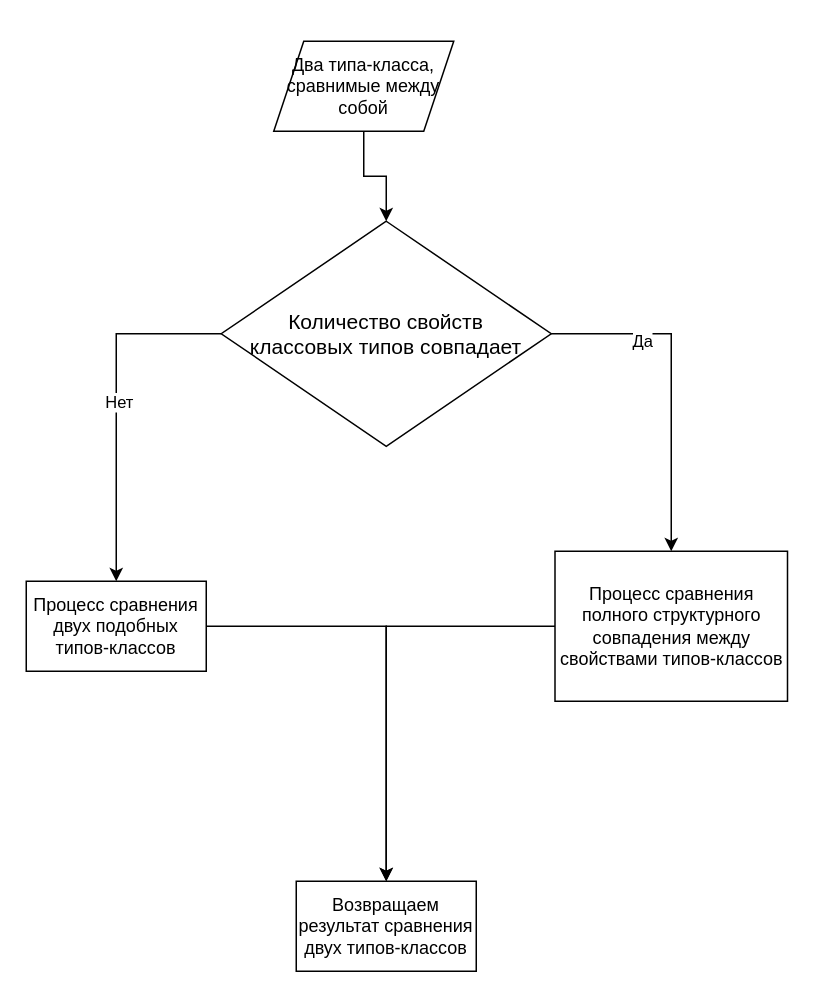
Earlier version of the draw.io diagram doc/Сравнение 2 типов-классов.drawio (mrsadman99/quicktypeJsonToJsonSchema). Source tidied: cells renumbered, new cells numbered last; positions are measured from the earlier drawing's top-left corner, leaving out a move shared by most shapes. Both pictures are drawn from the tidied source at 150%, with x=0, y=0 at pixel (26, 40).
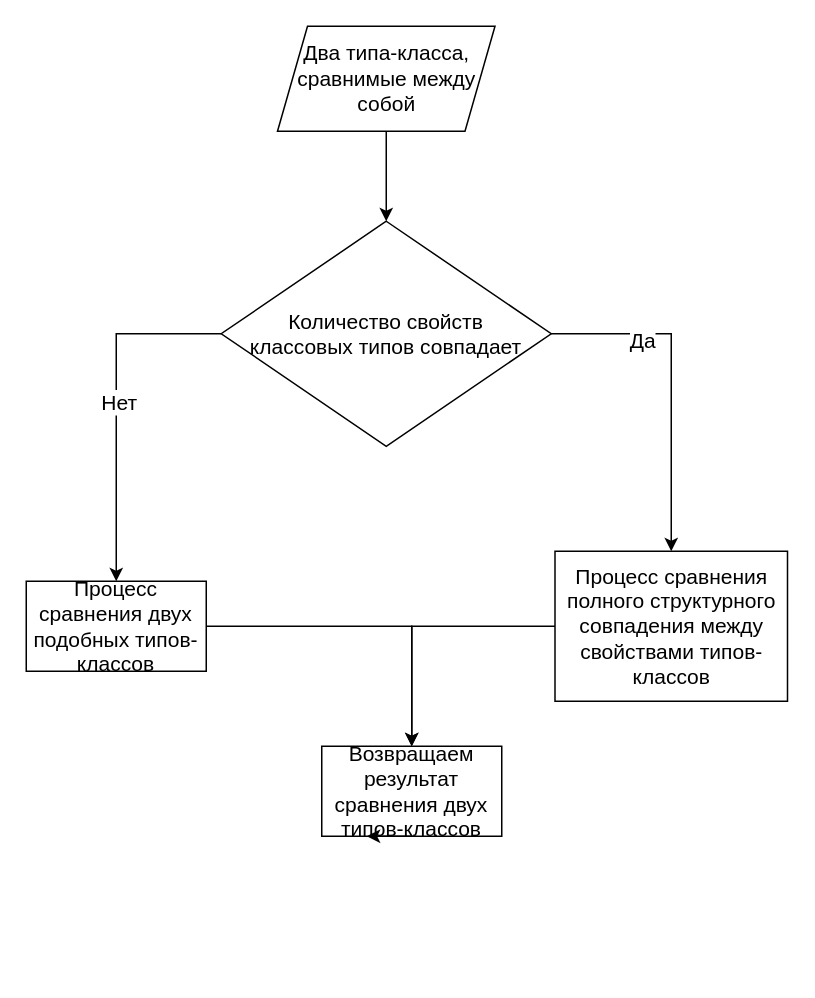
Above is the later version.

The edit, as a diff of the source:
```diff
@@
 <mxGraphModel>
   <root>
     <mxCell id="0" />
     <mxCell id="1" parent="0" />
-    <mxCell id="2" style="edgeStyle=orthogonalEdgeStyle;rounded=0;jettySize=auto;html=1;" parent="1" edge="1" source="3" target="8">
+    <mxCell id="2" style="edgeStyle=orthogonalEdgeStyle;rounded=0;jettySize=auto;html=1;fontSize=14;" parent="1" edge="1" source="3" target="8">
       <mxGeometry relative="1" as="geometry" />
     </mxCell>
-    <mxCell id="3" value="Два типа-класса, сравнимые между собой" style="shape=parallelogram;perimeter=parallelogramPerimeter;whiteSpace=wrap;html=1;fixedSize=1;" parent="1" vertex="1">
-      <mxGeometry x="165" width="120" height="60" as="geometry" />
+    <mxCell id="3" value="Два типа-класса, сравнимые между собой" style="shape=parallelogram;perimeter=parallelogramPerimeter;whiteSpace=wrap;html=1;fixedSize=1;fontSize=14;" parent="1" vertex="1">
+      <mxGeometry x="167.5" y="-10" width="145" height="70" as="geometry" />
     </mxCell>
-    <mxCell id="4" style="edgeStyle=orthogonalEdgeStyle;rounded=0;jettySize=auto;html=1;entryX=0.5;entryY=0;entryDx=0;entryDy=0;" parent="1" edge="1" source="8" target="10">
+    <mxCell id="4" style="edgeStyle=orthogonalEdgeStyle;rounded=0;jettySize=auto;html=1;entryX=0.5;entryY=0;entryDx=0;entryDy=0;fontSize=14;" parent="1" edge="1" source="8" target="10">
       <mxGeometry relative="1" as="geometry" />
     </mxCell>
-    <mxCell id="5" value="Да" style="edgeLabel;html=1;align=center;verticalAlign=middle;" parent="4" vertex="1">
+    <mxCell id="5" value="Да" style="edgeLabel;html=1;align=center;verticalAlign=middle;fontSize=14;" parent="4" vertex="1">
       <mxGeometry x="-0.47" y="-4" relative="1" as="geometry" />
     </mxCell>
-    <mxCell id="6" style="edgeStyle=orthogonalEdgeStyle;rounded=0;jettySize=auto;html=1;entryX=0.5;entryY=0;entryDx=0;entryDy=0;" parent="1" edge="1" source="8" target="12">
+    <mxCell id="6" style="edgeStyle=orthogonalEdgeStyle;rounded=0;jettySize=auto;html=1;entryX=0.5;entryY=0;entryDx=0;entryDy=0;fontSize=14;" parent="1" edge="1" source="8" target="12">
       <mxGeometry relative="1" as="geometry" />
     </mxCell>
-    <mxCell id="7" value="Нет" style="edgeLabel;html=1;align=center;verticalAlign=middle;" parent="6" vertex="1">
+    <mxCell id="7" value="Нет" style="edgeLabel;html=1;align=center;verticalAlign=middle;fontSize=14;" parent="6" vertex="1">
       <mxGeometry x="-0.01" y="1" relative="1" as="geometry">
         <mxPoint y="-1" as="offset" />
       </mxGeometry>
     </mxCell>
-    <mxCell id="8" value="&lt;span style=&quot;font-size: 14px;&quot;&gt;Количество свойств классовых типов совпадает&lt;/span&gt;" style="rhombus;whiteSpace=wrap;html=1;spacingLeft=15;spacingRight=15;" parent="1" vertex="1">
+    <mxCell id="8" value="&lt;span style=&quot;font-size: 14px;&quot;&gt;Количество свойств классовых типов совпадает&lt;/span&gt;" style="rhombus;whiteSpace=wrap;html=1;spacingLeft=15;spacingRight=15;fontSize=14;" parent="1" vertex="1">
       <mxGeometry x="130" y="120" width="220" height="150" as="geometry" />
     </mxCell>
-    <mxCell id="9" style="edgeStyle=orthogonalEdgeStyle;rounded=0;jettySize=auto;html=1;" parent="1" edge="1" source="10" target="13">
+    <mxCell id="9" style="edgeStyle=orthogonalEdgeStyle;rounded=0;jettySize=auto;html=1;fontSize=14;" parent="1" edge="1" source="10" target="13">
       <mxGeometry relative="1" as="geometry" />
     </mxCell>
-    <mxCell id="10" value="Процесс сравнения полного структурного совпадения между свойствами типов-классов" style="rounded=0;whiteSpace=wrap;html=1;" parent="1" vertex="1">
+    <mxCell id="10" value="Процесс сравнения полного структурного совпадения между свойствами типов-классов" style="rounded=0;whiteSpace=wrap;html=1;fontSize=14;" parent="1" vertex="1">
       <mxGeometry x="352.5" y="340" width="155" height="100" as="geometry" />
     </mxCell>
-    <mxCell id="11" style="edgeStyle=orthogonalEdgeStyle;rounded=0;jettySize=auto;html=1;entryX=0.5;entryY=0;entryDx=0;entryDy=0;" parent="1" edge="1" source="12" target="13">
+    <mxCell id="11" style="edgeStyle=orthogonalEdgeStyle;rounded=0;jettySize=auto;html=1;entryX=0.5;entryY=0;entryDx=0;entryDy=0;fontSize=14;" parent="1" edge="1" source="12" target="13">
       <mxGeometry relative="1" as="geometry" />
     </mxCell>
-    <mxCell id="12" value="Процесс сравнения двух подобных типов-классов" style="rounded=0;whiteSpace=wrap;html=1;" parent="1" vertex="1">
+    <mxCell id="12" value="Процесс сравнения двух подобных типов-классов" style="rounded=0;whiteSpace=wrap;html=1;fontSize=14;" parent="1" vertex="1">
       <mxGeometry y="360" width="120" height="60" as="geometry" />
     </mxCell>
-    <mxCell id="13" value="Возвращаем результат сравнения двух типов-классов" style="rounded=0;whiteSpace=wrap;html=1;" parent="1" vertex="1">
-      <mxGeometry x="180" y="560" width="120" height="60" as="geometry" />
+    <mxCell id="13" value="Возвращаем результат сравнения двух типов-классов" style="rounded=0;whiteSpace=wrap;html=1;fontSize=14;" parent="1" vertex="1">
+      <mxGeometry x="197" y="470" width="120" height="60" as="geometry" />
     </mxCell>
+    <mxCell id="14" style="edgeStyle=orthogonalEdgeStyle;rounded=0;orthogonalLoop=1;jettySize=auto;html=1;exitX=0.5;exitY=1;exitDx=0;exitDy=0;entryX=0.25;entryY=1;entryDx=0;entryDy=0;" parent="1" edge="1" source="13" target="13">
+      <mxGeometry relative="1" as="geometry" />
+    </mxCell>
   </root>
 </mxGraphModel>
```
